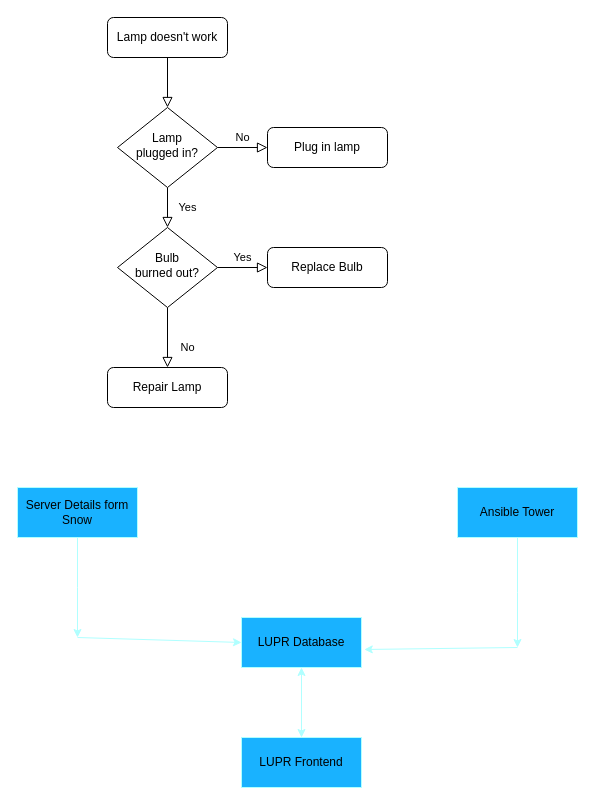
Before: lupr_high_level.drawio in ajaypaulfrancis/ajpaul, a draw.io diagram. Source tidied: cells renumbered, new cells numbered last; positions are measured from the earlier drawing's top-left corner, leaving out a move shared by most shapes. Both pictures are drawn from the tidied source at 100%, with x=0, y=0 at pixel (17, 17).
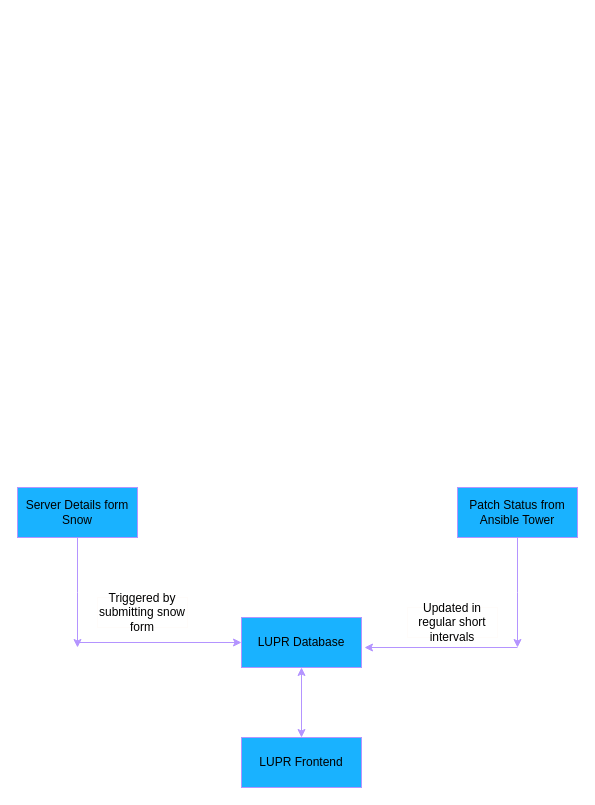
Above is the later version.

Change to the diagram source:
```diff
@@
-    <mxCell id="2" style="rounded=0;html=1;jettySize=auto;fontSize=11;endArrow=block;endFill=0;endSize=8;strokeWidth=1;shadow=0;labelBackgroundColor=none;edgeStyle=orthogonalEdgeStyle;" parent="1" edge="1" source="3" target="6">
-      <mxGeometry relative="1" as="geometry" />
-    </mxCell>
-    <mxCell id="3" value="Lamp doesn't work" style="rounded=1;whiteSpace=wrap;html=1;fontSize=12;glass=0;strokeWidth=1;shadow=0;" parent="1" vertex="1">
-      <mxGeometry x="90" width="120" height="40" as="geometry" />
-    </mxCell>
-    <mxCell id="4" value="Yes" style="rounded=0;html=1;jettySize=auto;fontSize=11;endArrow=block;endFill=0;endSize=8;strokeWidth=1;shadow=0;labelBackgroundColor=none;edgeStyle=orthogonalEdgeStyle;" parent="1" edge="1" source="6" target="10">
-      <mxGeometry y="20" relative="1" as="geometry" />
-    </mxCell>
-    <mxCell id="5" value="No" style="edgeStyle=orthogonalEdgeStyle;rounded=0;html=1;jettySize=auto;fontSize=11;endArrow=block;endFill=0;endSize=8;strokeWidth=1;shadow=0;labelBackgroundColor=none;" parent="1" edge="1" source="6" target="7">
-      <mxGeometry y="10" relative="1" as="geometry" />
-    </mxCell>
-    <mxCell id="6" value="Lamp&lt;br&gt;plugged in?" style="rhombus;whiteSpace=wrap;html=1;shadow=0;fontFamily=Helvetica;fontSize=12;align=center;strokeWidth=1;spacing=6;spacingTop=-4;" parent="1" vertex="1">
-      <mxGeometry x="100" y="90" width="100" height="80" as="geometry" />
-    </mxCell>
-    <mxCell id="7" value="Plug in lamp" style="rounded=1;whiteSpace=wrap;html=1;fontSize=12;glass=0;strokeWidth=1;shadow=0;" parent="1" vertex="1">
-      <mxGeometry x="250" y="110" width="120" height="40" as="geometry" />
-    </mxCell>
-    <mxCell id="8" value="No" style="rounded=0;html=1;jettySize=auto;fontSize=11;endArrow=block;endFill=0;endSize=8;strokeWidth=1;shadow=0;labelBackgroundColor=none;edgeStyle=orthogonalEdgeStyle;" parent="1" edge="1" source="10" target="11">
-      <mxGeometry x="0.33" y="20" relative="1" as="geometry" />
-    </mxCell>
-    <mxCell id="9" value="Yes" style="edgeStyle=orthogonalEdgeStyle;rounded=0;html=1;jettySize=auto;fontSize=11;endArrow=block;endFill=0;endSize=8;strokeWidth=1;shadow=0;labelBackgroundColor=none;" parent="1" edge="1" source="10" target="12">
-      <mxGeometry y="10" relative="1" as="geometry" />
-    </mxCell>
-    <mxCell id="10" value="Bulb&lt;br&gt;burned out?" style="rhombus;whiteSpace=wrap;html=1;shadow=0;fontFamily=Helvetica;fontSize=12;align=center;strokeWidth=1;spacing=6;spacingTop=-4;" parent="1" vertex="1">
-      <mxGeometry x="100" y="210" width="100" height="80" as="geometry" />
-    </mxCell>
-    <mxCell id="11" value="Repair Lamp" style="rounded=1;whiteSpace=wrap;html=1;fontSize=12;glass=0;strokeWidth=1;shadow=0;" parent="1" vertex="1">
-      <mxGeometry x="90" y="350" width="120" height="40" as="geometry" />
-    </mxCell>
-    <mxCell id="12" value="Replace Bulb" style="rounded=1;whiteSpace=wrap;html=1;fontSize=12;glass=0;strokeWidth=1;shadow=0;" parent="1" vertex="1">
-      <mxGeometry x="250" y="230" width="120" height="40" as="geometry" />
-    </mxCell>
-    <mxCell id="13" style="edgeStyle=orthogonalEdgeStyle;rounded=0;jettySize=auto;html=1;strokeColor=#B0FFFF;fillColor=#19B2FF;" parent="1" edge="1" source="14">
+    <mxCell id="13" style="edgeStyle=orthogonalEdgeStyle;rounded=0;jettySize=auto;html=1;strokeColor=#B494FF;fillColor=#8B33FF;" parent="1" edge="1" source="14">
       <mxGeometry relative="1" as="geometry">
-        <mxPoint x="60" y="620" as="targetPoint" />
+        <mxPoint x="60" y="630" as="targetPoint" />
       </mxGeometry>
     </mxCell>
-    <mxCell id="14" value="Server Details form Snow" style="rounded=0;whiteSpace=wrap;html=1;strokeColor=#B0FFFF;fillColor=#19B2FF;" parent="1" vertex="1">
+    <mxCell id="14" value="Server Details form Snow" style="rounded=0;whiteSpace=wrap;html=1;strokeColor=#B494FF;fillColor=#19B2FF;" parent="1" vertex="1">
       <mxGeometry y="470" width="120" height="50" as="geometry" />
     </mxCell>
-    <mxCell id="15" value="LUPR Database" style="rounded=0;whiteSpace=wrap;html=1;strokeColor=#B0FFFF;fillColor=#19B2FF;" parent="1" vertex="1">
+    <mxCell id="15" value="LUPR Database" style="rounded=0;whiteSpace=wrap;html=1;strokeColor=#B494FF;fillColor=#19B2FF;" parent="1" vertex="1">
       <mxGeometry x="224" y="600" width="120" height="50" as="geometry" />
     </mxCell>
-    <mxCell id="16" style="edgeStyle=orthogonalEdgeStyle;rounded=0;jettySize=auto;html=1;strokeColor=#B0FFFF;fillColor=#19B2FF;" parent="1" edge="1" source="17">
+    <mxCell id="16" style="edgeStyle=orthogonalEdgeStyle;rounded=0;jettySize=auto;html=1;strokeColor=#B494FF;fillColor=#19B2FF;" parent="1" edge="1" source="17">
       <mxGeometry relative="1" as="geometry">
         <mxPoint x="500" y="630" as="targetPoint" />
       </mxGeometry>
     </mxCell>
-    <mxCell id="17" value="Ansible Tower" style="rounded=0;whiteSpace=wrap;html=1;strokeColor=#B0FFFF;fillColor=#19B2FF;" parent="1" vertex="1">
+    <mxCell id="17" value="Patch Status from Ansible Tower" style="rounded=0;whiteSpace=wrap;html=1;strokeColor=#B494FF;fillColor=#19B2FF;" parent="1" vertex="1">
       <mxGeometry x="440" y="470" width="120" height="50" as="geometry" />
     </mxCell>
-    <mxCell id="18" value="LUPR Frontend" style="rounded=0;whiteSpace=wrap;html=1;strokeColor=#B0FFFF;fillColor=#19B2FF;" parent="1" vertex="1">
+    <mxCell id="18" value="LUPR Frontend" style="rounded=0;whiteSpace=wrap;html=1;strokeColor=#B494FF;fillColor=#19B2FF;" parent="1" vertex="1">
       <mxGeometry x="224" y="720" width="120" height="50" as="geometry" />
     </mxCell>
-    <mxCell id="19" style="endArrow=classic;startArrow=classic;html=1;entryX=0.5;entryY=1;entryDx=0;entryDy=0;exitX=0.5;exitY=0;exitDx=0;exitDy=0;strokeColor=#B0FFFF;fillColor=#19B2FF;" parent="1" edge="1" source="18" target="15">
+    <mxCell id="19" style="endArrow=classic;startArrow=classic;html=1;entryX=0.5;entryY=1;entryDx=0;entryDy=0;exitX=0.5;exitY=0;exitDx=0;exitDy=0;strokeColor=#B494FF;fillColor=#19B2FF;" parent="1" edge="1" source="18" target="15">
       <mxGeometry relative="1" as="geometry" />
     </mxCell>
-    <mxCell id="20" style="endArrow=classic;html=1;entryX=0;entryY=0.5;entryDx=0;entryDy=0;strokeColor=#B0FFFF;fillColor=#19B2FF;" parent="1" edge="1" target="15">
+    <mxCell id="20" style="endArrow=classic;html=1;entryX=0;entryY=0.5;entryDx=0;entryDy=0;strokeColor=#B494FF;fillColor=#19B2FF;" parent="1" edge="1" target="15">
       <mxGeometry relative="1" as="geometry">
-        <mxPoint x="60" y="620" as="sourcePoint" />
+        <mxPoint x="60" y="625" as="sourcePoint" />
       </mxGeometry>
     </mxCell>
-    <mxCell id="21" style="endArrow=classic;html=1;entryX=1.023;entryY=0.64;entryDx=0;entryDy=0;entryPerimeter=0;strokeColor=#B0FFFF;fillColor=#19B2FF;" parent="1" edge="1" target="15">
+    <mxCell id="21" style="endArrow=classic;html=1;strokeColor=#B494FF;fillColor=#19B2FF;" parent="1" edge="1">
       <mxGeometry relative="1" as="geometry">
         <mxPoint x="500" y="630" as="sourcePoint" />
+        <mxPoint x="347" y="630" as="targetPoint" />
       </mxGeometry>
     </mxCell>
+    <mxCell id="22" value="Triggered by submitting snow form" style="text;html=1;strokeColor=#FFFCFA;fillColor=none;align=center;verticalAlign=middle;whiteSpace=wrap;rounded=0;" parent="1" vertex="1">
+      <mxGeometry x="80" y="580" width="90" height="30" as="geometry" />
+    </mxCell>
+    <mxCell id="23" value="Updated in regular short intervals" style="text;html=1;strokeColor=#FFFCFA;fillColor=none;align=center;verticalAlign=middle;whiteSpace=wrap;rounded=0;" parent="1" vertex="1">
+      <mxGeometry x="390" y="590" width="90" height="30" as="geometry" />
+    </mxCell>
```
